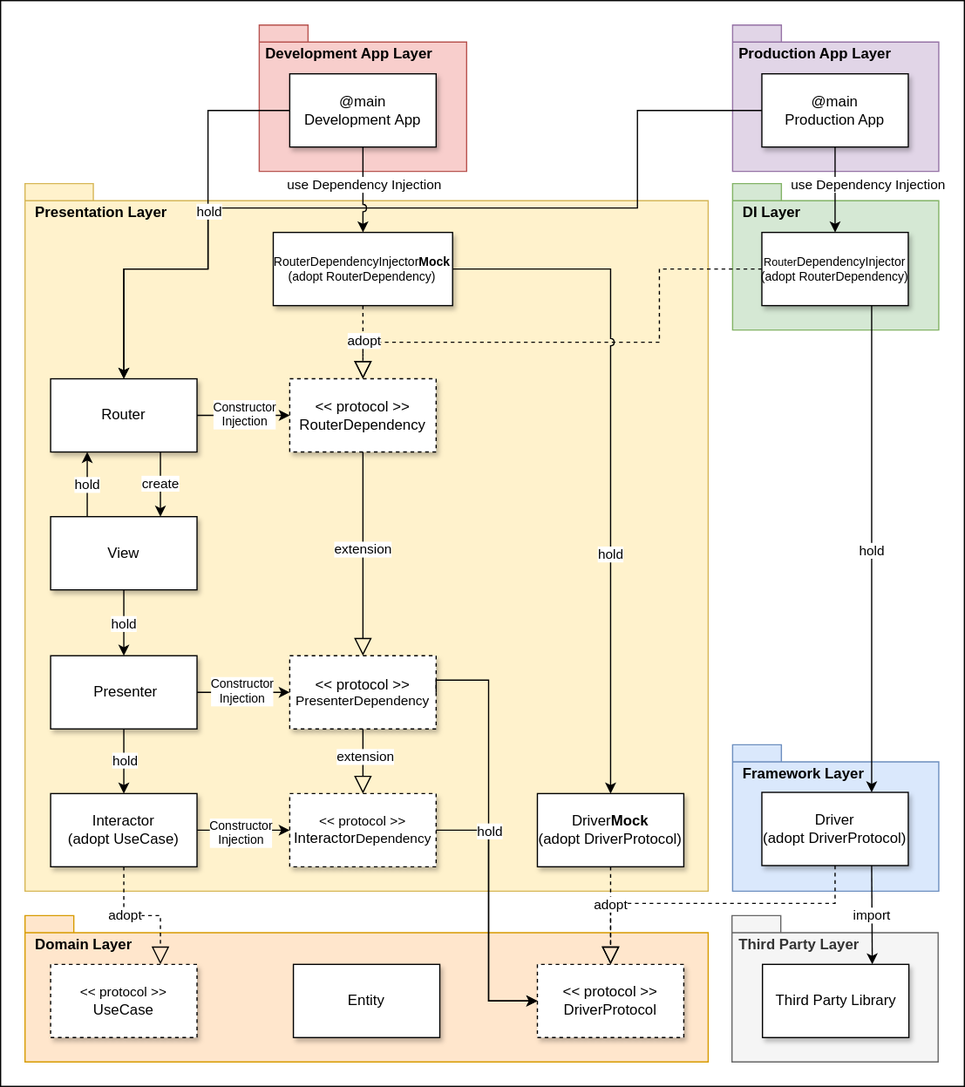
The draw.io diagram asset/drawio/architecture.drawio.svg in suguruTakahashi-1234/fia-practical-sample, before a commit. Source tidied: cells renumbered, new cells last; positions are measured from the earlier drawing's top-left corner, leaving out a move shared by most shapes.
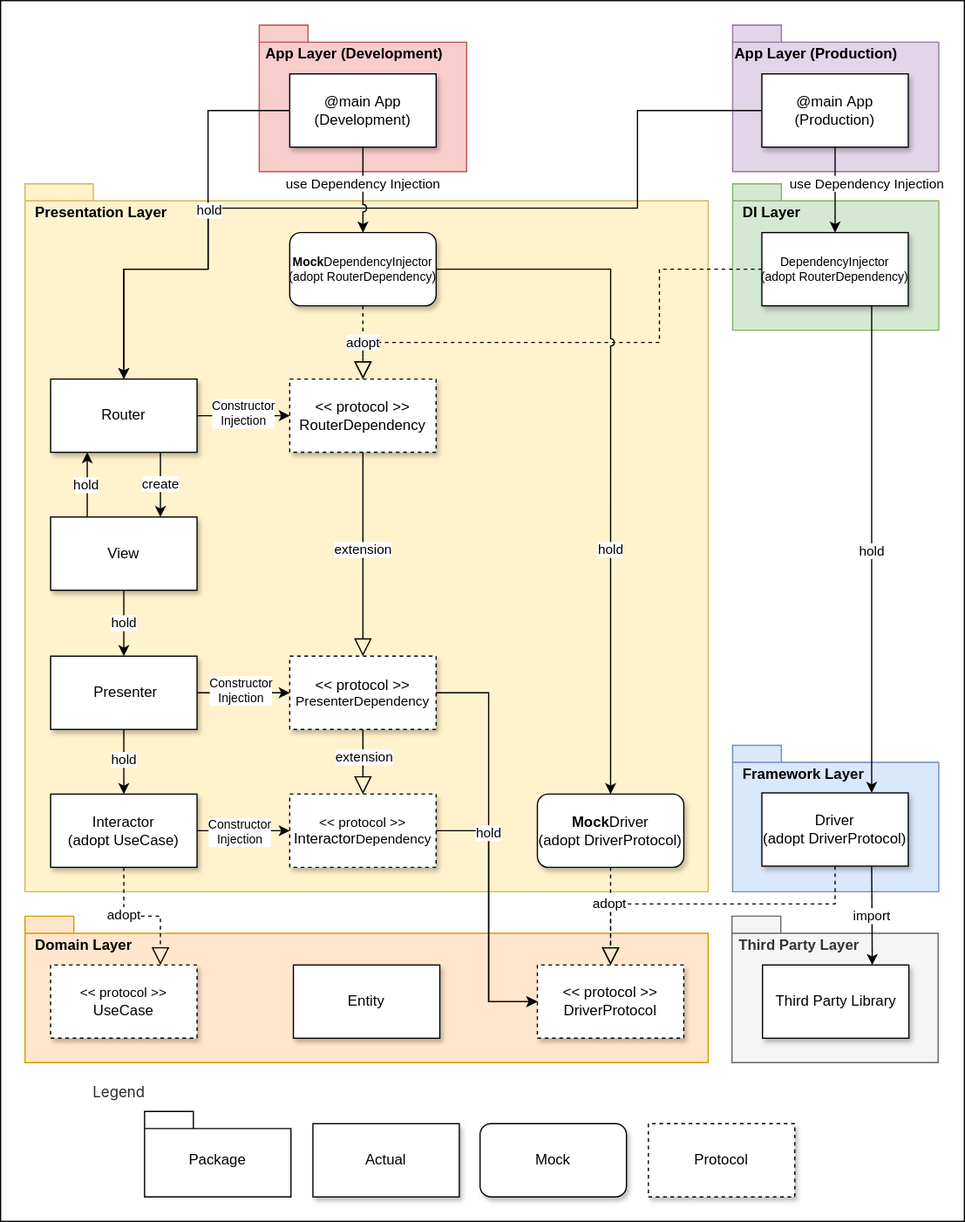
The same diagram one commit later.

The edit, as a diff of the source:
```diff
@@ -3,7 +3,7 @@
     <mxCell id="0" />
     <mxCell id="1" parent="0" />
     <mxCell id="2" style="rounded=0;whiteSpace=wrap;html=1;flipH=1;" parent="1" vertex="1">
-      <mxGeometry width="790" height="890" as="geometry" />
+      <mxGeometry width="790" height="1000" as="geometry" />
     </mxCell>
     <mxCell id="3" value="&amp;nbsp; DI Layer" style="shape=folder;fontStyle=1;spacingTop=10;tabWidth=40;tabHeight=14;tabPosition=left;html=1;whiteSpace=wrap;align=left;horizontal=1;verticalAlign=top;fillColor=#d5e8d4;strokeColor=#82b366;" parent="1" vertex="1">
       <mxGeometry x="600" y="150" width="169" height="120" as="geometry" />
@@ -39,9 +39,6 @@
     <mxCell id="12" value="extension" style="edgeLabel;html=1;align=center;verticalAlign=middle;" parent="11" vertex="1">
       <mxGeometry x="-0.17" y="1" relative="1" as="geometry" />
     </mxCell>
-    <mxCell id="13" value="&lt;font style=&quot;font-size: 10px;&quot;&gt;RouterDependencyInjector&lt;b style=&quot;&quot;&gt;Mock&lt;/b&gt;&lt;/font&gt;&lt;div style=&quot;font-size: 10px;&quot;&gt;&lt;font style=&quot;font-size: 10px;&quot;&gt;(adopt&amp;nbsp;&lt;span style=&quot;background-color: initial;&quot;&gt;RouterDependency&lt;/span&gt;&lt;span style=&quot;background-color: initial;&quot;&gt;)&lt;/span&gt;&lt;/font&gt;&lt;/div&gt;" style="rounded=0;whiteSpace=wrap;html=1;shadow=1;fontSize=9;" parent="1" vertex="1">
-      <mxGeometry x="223.5" y="190" width="147" height="60" as="geometry" />
-    </mxCell>
     <mxCell id="14" value="Router" style="rounded=0;whiteSpace=wrap;html=1;shadow=1;" parent="1" vertex="1">
       <mxGeometry x="41" y="310" width="120" height="60" as="geometry" />
     </mxCell>
@@ -111,10 +108,10 @@
     <mxCell id="34" value="&lt;div&gt;&amp;lt;&amp;lt; protocol &amp;gt;&amp;gt;&lt;br&gt;&lt;/div&gt;DriverProtocol" style="rounded=0;whiteSpace=wrap;html=1;dashed=1;shadow=1;flipH=1;" parent="1" vertex="1">
       <mxGeometry x="440" y="790" width="120" height="60" as="geometry" />
     </mxCell>
-    <mxCell id="35" value="&lt;font style=&quot;font-size: 12px;&quot;&gt;Driver&lt;/font&gt;&lt;div style=&quot;&quot;&gt;&lt;font style=&quot;font-size: 12px;&quot;&gt;(adopt DriverProtocol)&lt;/font&gt;&lt;br&gt;&lt;/div&gt;" style="rounded=0;whiteSpace=wrap;html=1;shadow=1;flipH=0;" parent="1" vertex="1">
+    <mxCell id="35" value="&lt;div&gt;&lt;span style=&quot;background-color: initial;&quot;&gt;Driver&lt;/span&gt;&lt;br&gt;&lt;/div&gt;&lt;div style=&quot;&quot;&gt;&lt;font style=&quot;font-size: 12px;&quot;&gt;(adopt DriverProtocol)&lt;/font&gt;&lt;br&gt;&lt;/div&gt;" style="rounded=0;whiteSpace=wrap;html=1;shadow=1;flipH=0;" parent="1" vertex="1">
       <mxGeometry x="624" y="649" width="120" height="60" as="geometry" />
     </mxCell>
-    <mxCell id="36" value="&lt;font style=&quot;font-size: 10px;&quot;&gt;&lt;span style=&quot;font-size: 9px;&quot;&gt;Router&lt;/span&gt;DependencyInjector&lt;/font&gt;&lt;div style=&quot;font-size: 10px;&quot;&gt;&lt;font style=&quot;font-size: 10px;&quot;&gt;(adopt&amp;nbsp;&lt;span style=&quot;background-color: initial;&quot;&gt;RouterDependency&lt;/span&gt;&lt;span style=&quot;background-color: initial;&quot;&gt;)&lt;/span&gt;&lt;/font&gt;&lt;/div&gt;" style="rounded=0;whiteSpace=wrap;html=1;shadow=1;fontSize=9;" parent="1" vertex="1">
+    <mxCell id="36" value="&lt;font style=&quot;font-size: 10px;&quot;&gt;DependencyInjector&lt;/font&gt;&lt;div style=&quot;font-size: 10px;&quot;&gt;&lt;font style=&quot;font-size: 10px;&quot;&gt;(adopt&amp;nbsp;&lt;span style=&quot;background-color: initial;&quot;&gt;RouterDependency&lt;/span&gt;&lt;span style=&quot;background-color: initial;&quot;&gt;)&lt;/span&gt;&lt;/font&gt;&lt;/div&gt;" style="rounded=0;whiteSpace=wrap;html=1;shadow=1;fontSize=9;" parent="1" vertex="1">
       <mxGeometry x="624" y="190" width="120" height="60" as="geometry" />
     </mxCell>
     <mxCell id="37" style="endArrow=block;dashed=1;endFill=0;endSize=12;html=1;rounded=0;edgeStyle=orthogonalEdgeStyle;entryX=0.5;entryY=0;entryDx=0;entryDy=0;exitX=0;exitY=0.5;exitDx=0;exitDy=0;jumpStyle=arc;" parent="1" edge="1" source="36" target="27">
@@ -126,7 +123,7 @@
         </Array>
       </mxGeometry>
     </mxCell>
-    <mxCell id="38" style="endArrow=block;dashed=1;endFill=0;endSize=12;html=1;rounded=0;exitX=0.5;exitY=1;exitDx=0;exitDy=0;entryX=0.5;entryY=0;entryDx=0;entryDy=0;" parent="1" edge="1" source="13" target="27">
+    <mxCell id="38" style="endArrow=block;dashed=1;endFill=0;endSize=12;html=1;rounded=0;exitX=0.5;exitY=1;exitDx=0;exitDy=0;entryX=0.5;entryY=0;entryDx=0;entryDy=0;" parent="1" edge="1" source="63" target="27">
       <mxGeometry relative="1" as="geometry" />
     </mxCell>
     <mxCell id="39" value="adopt" style="edgeLabel;html=1;align=center;verticalAlign=middle;" parent="38" vertex="1">
@@ -137,7 +134,7 @@
     <mxCell id="40" value="hold" style="endArrow=classic;html=1;rounded=0;exitX=0.75;exitY=1;exitDx=0;exitDy=0;entryX=0.75;entryY=0;entryDx=0;entryDy=0;" parent="1" edge="1" source="36" target="35">
       <mxGeometry x="0.01" relative="1" as="geometry" />
     </mxCell>
-    <mxCell id="41" value="&amp;nbsp;Development App Layer" style="shape=folder;fontStyle=1;spacingTop=10;tabWidth=40;tabHeight=14;tabPosition=left;html=1;whiteSpace=wrap;align=left;horizontal=1;verticalAlign=top;fillColor=#f8cecc;strokeColor=#b85450;" parent="1" vertex="1">
+    <mxCell id="41" value="&amp;nbsp;App Layer (Development)" style="shape=folder;fontStyle=1;spacingTop=10;tabWidth=40;tabHeight=14;tabPosition=left;html=1;whiteSpace=wrap;align=left;horizontal=1;verticalAlign=top;fillColor=#f8cecc;strokeColor=#b85450;" parent="1" vertex="1">
       <mxGeometry x="212" y="20" width="170" height="120" as="geometry" />
     </mxCell>
     <mxCell id="42" style="endArrow=classic;html=1;rounded=0;exitX=1;exitY=0.5;exitDx=0;exitDy=0;entryX=0;entryY=0.5;entryDx=0;entryDy=0;edgeStyle=orthogonalEdgeStyle;" parent="1" edge="1" source="33" target="34">
@@ -151,24 +148,23 @@
     <mxCell id="43" style="endArrow=classic;html=1;rounded=0;exitX=1;exitY=0.5;exitDx=0;exitDy=0;edgeStyle=orthogonalEdgeStyle;entryX=0;entryY=0.5;entryDx=0;entryDy=0;" parent="1" edge="1" source="24" target="34">
       <mxGeometry relative="1" as="geometry">
         <Array as="points">
-          <mxPoint x="357" y="557" />
-          <mxPoint x="400" y="557" />
+          <mxPoint x="400" y="567" />
           <mxPoint x="400" y="820" />
         </Array>
       </mxGeometry>
     </mxCell>
     <mxCell id="44" value="hold" style="edgeLabel;html=1;align=center;verticalAlign=middle;" parent="43" vertex="1">
       <mxGeometry x="0.27" y="1" relative="1" as="geometry">
-        <mxPoint x="-1" y="-50" as="offset" />
+        <mxPoint x="-1" y="-56" as="offset" />
       </mxGeometry>
     </mxCell>
-    <mxCell id="45" value="@main&lt;br&gt;&lt;div&gt;&lt;span style=&quot;text-align: left; background-color: initial;&quot;&gt;Development&amp;nbsp;&lt;/span&gt;App&lt;/div&gt;" style="rounded=0;whiteSpace=wrap;html=1;shadow=1;" parent="1" vertex="1">
+    <mxCell id="45" value="@main&amp;nbsp;&lt;span style=&quot;background-color: initial;&quot;&gt;App&lt;br&gt;(&lt;/span&gt;&lt;span style=&quot;text-align: left;&quot;&gt;Development&lt;/span&gt;&lt;span style=&quot;background-color: initial;&quot;&gt;)&lt;/span&gt;" style="rounded=0;whiteSpace=wrap;html=1;shadow=1;" parent="1" vertex="1">
       <mxGeometry x="237" y="60" width="120" height="60" as="geometry" />
     </mxCell>
-    <mxCell id="46" value="&amp;nbsp;Production App Layer" style="shape=folder;fontStyle=1;spacingTop=10;tabWidth=40;tabHeight=14;tabPosition=left;html=1;whiteSpace=wrap;align=left;horizontal=1;verticalAlign=top;fillColor=#e1d5e7;strokeColor=#9673a6;" parent="1" vertex="1">
+    <mxCell id="46" value="App Layer (Production)" style="shape=folder;fontStyle=1;spacingTop=10;tabWidth=40;tabHeight=14;tabPosition=left;html=1;whiteSpace=wrap;align=left;horizontal=1;verticalAlign=top;fillColor=#e1d5e7;strokeColor=#9673a6;" parent="1" vertex="1">
       <mxGeometry x="600" y="20" width="169" height="120" as="geometry" />
     </mxCell>
-    <mxCell id="47" value="@main&lt;div&gt;Production App&lt;/div&gt;" style="rounded=0;whiteSpace=wrap;html=1;shadow=1;" parent="1" vertex="1">
+    <mxCell id="47" value="@main&amp;nbsp;&lt;span style=&quot;background-color: initial;&quot;&gt;App&lt;br&gt;(&lt;/span&gt;Production&lt;span style=&quot;background-color: initial;&quot;&gt;)&lt;/span&gt;" style="rounded=0;whiteSpace=wrap;html=1;shadow=1;" parent="1" vertex="1">
       <mxGeometry x="624" y="60" width="120" height="60" as="geometry" />
     </mxCell>
     <mxCell id="48" style="endArrow=classic;html=1;rounded=0;exitX=0;exitY=0.5;exitDx=0;exitDy=0;entryX=0.5;entryY=0;entryDx=0;entryDy=0;edgeStyle=orthogonalEdgeStyle;" parent="1" edge="1" source="45" target="14">
@@ -193,7 +189,7 @@
         <mxPoint x="26" y="-1" as="offset" />
       </mxGeometry>
     </mxCell>
-    <mxCell id="51" value="&lt;font style=&quot;font-size: 12px;&quot;&gt;Driver&lt;b&gt;Mock&lt;/b&gt;&lt;/font&gt;&lt;div style=&quot;&quot;&gt;&lt;font style=&quot;font-size: 12px;&quot;&gt;(adopt DriverProtocol)&lt;/font&gt;&lt;br&gt;&lt;/div&gt;" style="rounded=0;whiteSpace=wrap;html=1;shadow=1;flipH=0;" parent="1" vertex="1">
+    <mxCell id="51" value="&lt;div&gt;&lt;font style=&quot;font-size: 12px;&quot;&gt;&lt;b style=&quot;background-color: initial;&quot;&gt;Mock&lt;/b&gt;Driver&lt;/font&gt;&lt;div style=&quot;&quot;&gt;&lt;font style=&quot;font-size: 12px;&quot;&gt;(adopt DriverProtocol)&lt;/font&gt;&lt;br&gt;&lt;/div&gt;&lt;/div&gt;" style="rounded=1;whiteSpace=wrap;html=1;shadow=1;flipH=0;" parent="1" vertex="1">
       <mxGeometry x="440" y="650" width="120" height="60" as="geometry" />
     </mxCell>
     <mxCell id="52" style="endArrow=block;dashed=1;endFill=0;endSize=12;html=1;rounded=0;exitX=0.5;exitY=1;exitDx=0;exitDy=0;entryX=0.5;entryY=0;entryDx=0;entryDy=0;edgeStyle=orthogonalEdgeStyle;" parent="1" edge="1" source="51" target="34">
@@ -228,20 +224,15 @@
         <mxPoint x="-19" y="3" as="offset" />
       </mxGeometry>
     </mxCell>
-    <mxCell id="57" value="hold" style="endArrow=classic;html=1;rounded=0;exitX=1;exitY=0.5;exitDx=0;exitDy=0;entryX=0.5;entryY=0;entryDx=0;entryDy=0;edgeStyle=orthogonalEdgeStyle;jumpStyle=arc;" parent="1" edge="1" source="13" target="51">
+    <mxCell id="57" value="hold" style="endArrow=classic;html=1;rounded=0;exitX=1;exitY=0.5;exitDx=0;exitDy=0;entryX=0.5;entryY=0;entryDx=0;entryDy=0;edgeStyle=orthogonalEdgeStyle;jumpStyle=arc;" parent="1" edge="1" source="63" target="51">
       <mxGeometry x="0.3" relative="1" as="geometry">
         <Array as="points">
           <mxPoint x="500" y="220" />
         </Array>
       </mxGeometry>
     </mxCell>
-    <mxCell id="58" style="endArrow=classic;html=1;rounded=0;entryX=0.5;entryY=0;entryDx=0;entryDy=0;exitX=0.5;exitY=1;exitDx=0;exitDy=0;edgeStyle=orthogonalEdgeStyle;jumpStyle=arc;" parent="1" edge="1" source="45" target="13">
-      <mxGeometry x="-0.01" relative="1" as="geometry">
-        <Array as="points">
-          <mxPoint x="297" y="160" />
-          <mxPoint x="297" y="160" />
-        </Array>
-      </mxGeometry>
+    <mxCell id="58" style="endArrow=classic;html=1;rounded=0;exitX=0.5;exitY=1;exitDx=0;exitDy=0;edgeStyle=orthogonalEdgeStyle;jumpStyle=arc;entryX=0.5;entryY=0;entryDx=0;entryDy=0;" parent="1" edge="1" source="45" target="63">
+      <mxGeometry x="-0.01" relative="1" as="geometry" />
     </mxCell>
     <mxCell id="59" value="use Dependency Injection" style="edgeLabel;html=1;align=center;verticalAlign=middle;" parent="58" vertex="1">
       <mxGeometry x="-0.1" relative="1" as="geometry">
@@ -257,5 +248,23 @@
     <mxCell id="62" value="import" style="endArrow=classic;html=1;rounded=0;exitX=0.75;exitY=1;exitDx=0;exitDy=0;entryX=0.75;entryY=0;entryDx=0;entryDy=0;" parent="1" edge="1" source="35" target="61">
       <mxGeometry x="0.01" relative="1" as="geometry" />
     </mxCell>
+    <mxCell id="63" value="&lt;div style=&quot;font-size: 10px;&quot;&gt;&lt;font style=&quot;font-size: 10px;&quot;&gt;&lt;b style=&quot;background-color: initial;&quot;&gt;Mock&lt;/b&gt;DependencyInjector&lt;/font&gt;&lt;div style=&quot;&quot;&gt;(adopt&amp;nbsp;&lt;span style=&quot;background-color: initial;&quot;&gt;RouterDependency&lt;/span&gt;&lt;span style=&quot;background-color: initial;&quot;&gt;)&lt;/span&gt;&lt;/div&gt;&lt;/div&gt;" style="rounded=1;whiteSpace=wrap;html=1;shadow=1;glass=0;" parent="1" vertex="1">
+      <mxGeometry x="237" y="190" width="120" height="60" as="geometry" />
+    </mxCell>
+    <mxCell id="64" value="&lt;div&gt;&lt;span style=&quot;background-color: initial;&quot;&gt;Protocol&lt;/span&gt;&lt;br&gt;&lt;/div&gt;" style="rounded=0;whiteSpace=wrap;html=1;dashed=1;shadow=1;flipH=1;" parent="1" vertex="1">
+      <mxGeometry x="531" y="920" width="120" height="60" as="geometry" />
+    </mxCell>
+    <mxCell id="65" value="Actual" style="rounded=0;whiteSpace=wrap;html=1;shadow=1;" parent="1" vertex="1">
+      <mxGeometry x="256" y="920" width="120" height="60" as="geometry" />
+    </mxCell>
+    <mxCell id="66" value="&lt;div&gt;Mock&lt;/div&gt;" style="rounded=1;whiteSpace=wrap;html=1;shadow=1;flipH=0;" parent="1" vertex="1">
+      <mxGeometry x="393" y="920" width="120" height="60" as="geometry" />
+    </mxCell>
+    <mxCell id="67" value="&lt;span style=&quot;font-weight: normal;&quot;&gt;Package&lt;/span&gt;" style="shape=folder;fontStyle=1;spacingTop=10;tabWidth=40;tabHeight=14;tabPosition=left;html=1;whiteSpace=wrap;align=center;horizontal=1;verticalAlign=middle;" parent="1" vertex="1">
+      <mxGeometry x="118" y="910" width="120" height="70" as="geometry" />
+    </mxCell>
+    <mxCell id="68" value="&lt;span style=&quot;color: rgb(40, 40, 41); font-family: -apple-system, &amp;quot;system-ui&amp;quot;, &amp;quot;ヒラギノ角ゴ ProN&amp;quot;, &amp;quot;Hiragino Kaku Gothic ProN&amp;quot;, &amp;quot;游ゴシック Medium&amp;quot;, &amp;quot;Yu Gothic Medium&amp;quot;, sans-serif; text-wrap: wrap; background-color: rgb(255, 255, 255);&quot;&gt;&lt;font style=&quot;font-size: 12px;&quot;&gt;Legend&lt;/font&gt;&lt;/span&gt;" style="text;html=1;align=left;verticalAlign=middle;strokeColor=none;fillColor=none;" parent="1" vertex="1">
+      <mxGeometry x="74" y="880" width="70" height="30" as="geometry" />
+    </mxCell>
   </root>
 </mxGraphModel>
```
